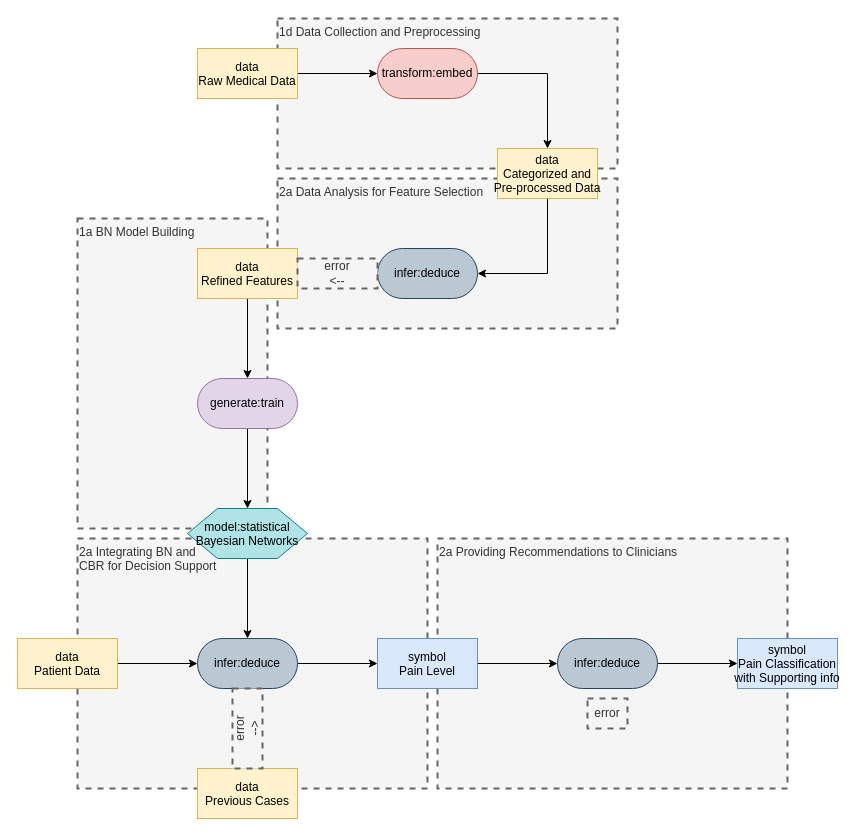
The draw.io diagram page "Page-1" (1 of 2) of medical patterns to boxologies/Rule-Based Method pre-processes input data for ML Prediction (RBML)/A Hybrid CBR and BN Architecture Refined through Data Analysis.drawio in zonnesmit/thesis, before the edit. Source tidied: cells renumbered, new cells numbered last; positions are measured from the earlier drawing's top-left corner, leaving out a move shared by most shapes. Both pictures are drawn from the tidied source at 100%, with x=0, y=0 at pixel (17, 18).
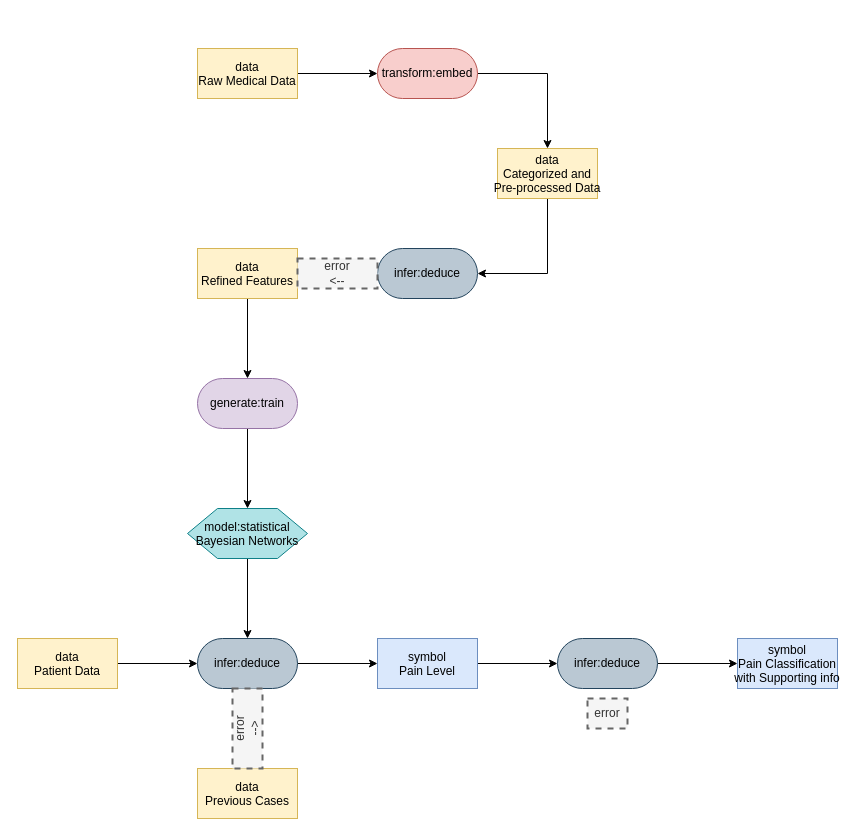
The same page after the edit.

The edit, as a diff of the source:
```diff
@@
-    <mxCell id="2" value="2a Providing Recommendations to Clinicians" style="text;html=1;align=left;verticalAlign=top;whiteSpace=wrap;rounded=0;dashed=1;fillColor=#f5f5f5;fontColor=#333333;strokeColor=#666666;strokeWidth=2;" parent="1" vertex="1">
-      <mxGeometry x="420" y="520" width="350" height="250" as="geometry" />
-    </mxCell>
-    <mxCell id="3" value="&lt;div&gt;2a Integrating BN and&lt;/div&gt;&lt;div&gt;CBR for Decision Support&lt;/div&gt;" style="text;html=1;align=left;verticalAlign=top;whiteSpace=wrap;rounded=0;dashed=1;fillColor=#f5f5f5;fontColor=#333333;strokeColor=#666666;strokeWidth=2;" parent="1" vertex="1">
-      <mxGeometry x="60" y="520" width="350" height="250" as="geometry" />
-    </mxCell>
-    <mxCell id="4" value="1a BN Model Building" style="text;html=1;align=left;verticalAlign=top;whiteSpace=wrap;rounded=0;dashed=1;fillColor=#f5f5f5;fontColor=#333333;strokeColor=#666666;strokeWidth=2;" parent="1" vertex="1">
-      <mxGeometry x="60" y="200" width="190" height="310" as="geometry" />
-    </mxCell>
-    <mxCell id="5" value="2a Data Analysis for Feature Selection" style="text;html=1;align=left;verticalAlign=top;whiteSpace=wrap;rounded=0;dashed=1;fillColor=#f5f5f5;fontColor=#333333;strokeColor=#666666;strokeWidth=2;" parent="1" vertex="1">
-      <mxGeometry x="260" y="160" width="340" height="150" as="geometry" />
-    </mxCell>
-    <mxCell id="6" value="1d Data Collection and Preprocessing" style="text;html=1;align=left;verticalAlign=top;whiteSpace=wrap;rounded=0;dashed=1;fillColor=#f5f5f5;fontColor=#333333;strokeColor=#666666;strokeWidth=2;" parent="1" vertex="1">
-      <mxGeometry x="260" width="340" height="150" as="geometry" />
-    </mxCell>
```
